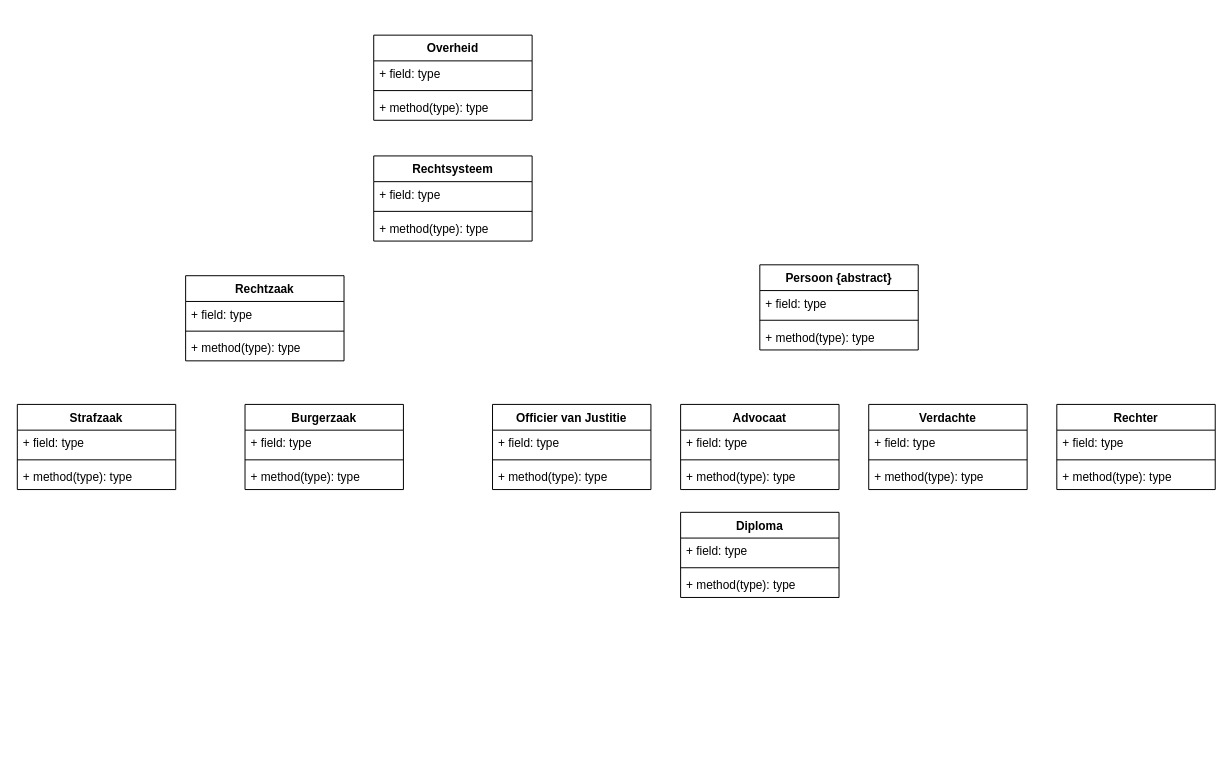
Earlier version of the draw.io diagram src/main/Untitled Diagram.drawio (CamielVilla/UML-excercise). Source tidied: cells renumbered, new cells numbered last; positions are measured from the earlier drawing's top-left corner, leaving out a move shared by most shapes. Both pictures are drawn from the tidied source at 99%, with x=0, y=0 at pixel (17, 35).
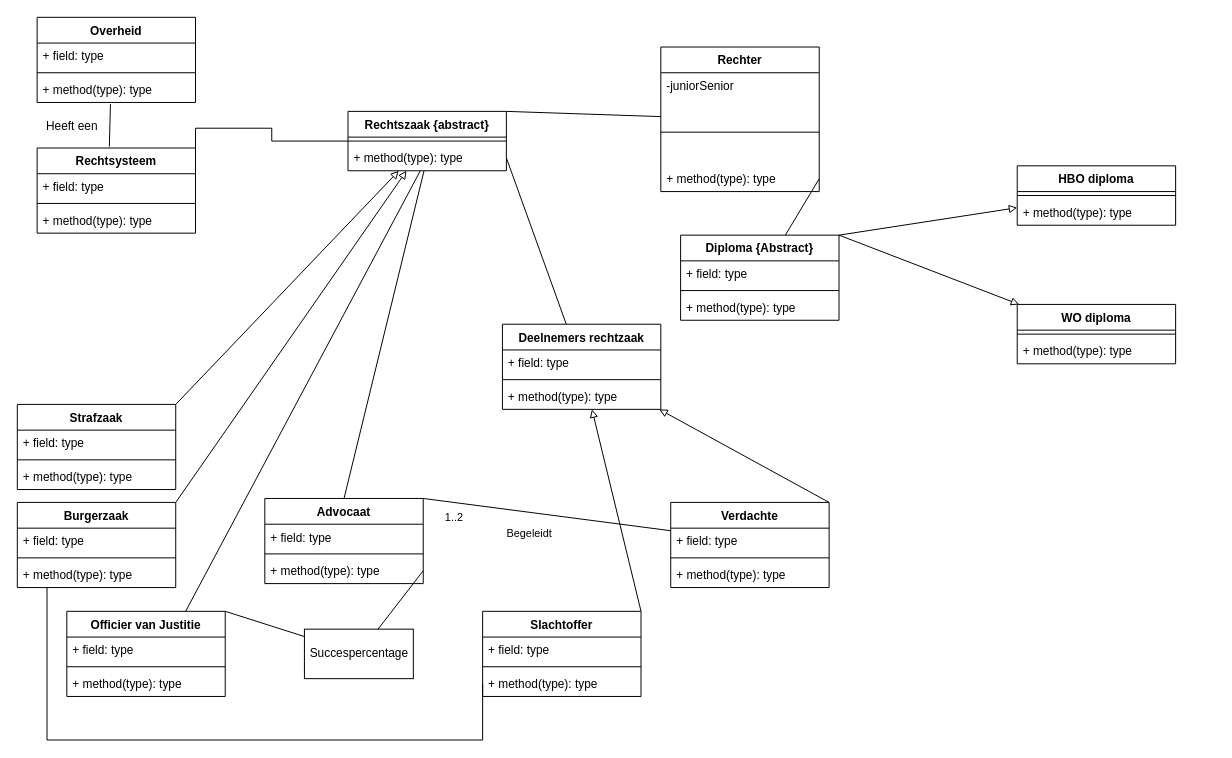
Above is the later version.

Unchanged cells that the change refers to:
```xml
<mxCell id="15" value="+ field: type" style="text;strokeColor=none;fillColor=none;align=left;verticalAlign=top;spacingLeft=4;spacingRight=4;overflow=hidden;points=[[0,0.5],[1,0.5]];portConstraint=eastwest;" parent="14" vertex="1">
  <mxGeometry y="26" width="160" height="26" as="geometry" />
</mxCell>
<mxCell id="21" value="+ method(type): type" style="text;strokeColor=none;fillColor=none;align=left;verticalAlign=top;spacingLeft=4;spacingRight=4;overflow=hidden;points=[[0,0.5],[1,0.5]];portConstraint=eastwest;" parent="18" vertex="1">
  <mxGeometry y="60" width="160" height="26" as="geometry" />
</mxCell>
<mxCell id="29" value="+ method(type): type" style="text;strokeColor=none;fillColor=none;align=left;verticalAlign=top;spacingLeft=4;spacingRight=4;overflow=hidden;points=[[0,0.5],[1,0.5]];portConstraint=eastwest;" parent="26" vertex="1">
  <mxGeometry y="60" width="160" height="26" as="geometry" />
</mxCell>
<mxCell id="38" value="Strafzaak" style="swimlane;fontStyle=1;align=center;verticalAlign=top;horizontal=1;startSize=26;" parent="1" vertex="1">
  <mxGeometry y="373" width="160" height="86" as="geometry" />
</mxCell>
```

The edit, as a diff of the source:
```diff
@@
+    <mxCell id="46" style="edgeStyle=orthogonalEdgeStyle;rounded=0;jettySize=auto;html=1;exitX=1;exitY=0;exitDx=0;exitDy=0;endArrow=none;endFill=0;" parent="1" edge="1" source="2" target="34">
+      <mxGeometry relative="1" as="geometry" />
+    </mxCell>
     <mxCell id="2" value="Rechtsysteem&#10;" style="swimlane;fontStyle=1;align=center;verticalAlign=top;horizontal=1;startSize=26;" parent="1" vertex="1">
-      <mxGeometry x="360" y="122" width="160" height="86" as="geometry" />
+      <mxGeometry x="20" y="114" width="160" height="86" as="geometry" />
     </mxCell>
@@
-    <mxCell id="6" value="Persoon {abstract}" style="swimlane;fontStyle=1;align=center;verticalAlign=top;horizontal=1;startSize=26;" parent="1" vertex="1">
-      <mxGeometry x="750" y="232" width="160" height="86" as="geometry" />
-    </mxCell>
-    <mxCell id="7" value="+ field: type" style="text;strokeColor=none;fillColor=none;align=left;verticalAlign=top;spacingLeft=4;spacingRight=4;overflow=hidden;" parent="6" vertex="1">
-      <mxGeometry y="26" width="160" height="26" as="geometry" />
-    </mxCell>
-    <mxCell id="8" style="line;strokeWidth=1;fillColor=none;align=left;verticalAlign=middle;spacingTop=-1;spacingLeft=3;spacingRight=3;labelPosition=right;" parent="6" vertex="1">
-      <mxGeometry y="52" width="160" height="8" as="geometry" />
-    </mxCell>
-    <mxCell id="9" value="+ method(type): type" style="text;strokeColor=none;fillColor=none;align=left;verticalAlign=top;spacingLeft=4;spacingRight=4;overflow=hidden;" parent="6" vertex="1">
-      <mxGeometry y="60" width="160" height="26" as="geometry" />
-    </mxCell>
     <mxCell id="10" value="Rechter" style="swimlane;fontStyle=1;align=center;verticalAlign=top;horizontal=1;startSize=26;" parent="1" vertex="1">
-      <mxGeometry x="1050" y="373" width="160" height="86" as="geometry" />
+      <mxGeometry x="650" y="12" width="160" height="146" as="geometry" />
     </mxCell>
-    <mxCell id="11" value="+ field: type" style="text;strokeColor=none;fillColor=none;align=left;verticalAlign=top;spacingLeft=4;spacingRight=4;overflow=hidden;" parent="10" vertex="1">
+    <mxCell id="11" value="-juniorSenior&#10;" style="text;strokeColor=none;fillColor=none;align=left;verticalAlign=top;spacingLeft=4;spacingRight=4;overflow=hidden;" parent="10" vertex="1">
       <mxGeometry y="26" width="160" height="26" as="geometry" />
     </mxCell>
     <mxCell id="12" style="line;strokeWidth=1;fillColor=none;align=left;verticalAlign=middle;spacingTop=-1;spacingLeft=3;spacingRight=3;labelPosition=right;" parent="10" vertex="1">
-      <mxGeometry y="52" width="160" height="8" as="geometry" />
+      <mxGeometry y="52" width="160" height="68" as="geometry" />
     </mxCell>
     <mxCell id="13" value="+ method(type): type" style="text;strokeColor=none;fillColor=none;align=left;verticalAlign=top;spacingLeft=4;spacingRight=4;overflow=hidden;points=[[0,0.5],[1,0.5]];portConstraint=eastwest;" parent="10" vertex="1">
-      <mxGeometry y="60" width="160" height="26" as="geometry" />
+      <mxGeometry y="120" width="160" height="26" as="geometry" />
     </mxCell>
+    <mxCell id="47" style="edgeStyle=none;rounded=0;jettySize=auto;html=1;exitX=1;exitY=0;exitDx=0;exitDy=0;startArrow=none;startFill=0;endArrow=block;endFill=0;" parent="1" edge="1" source="14" target="72">
+      <mxGeometry relative="1" as="geometry" />
+    </mxCell>
     <mxCell id="14" value="Verdachte&#10;" style="swimlane;fontStyle=1;align=center;verticalAlign=top;horizontal=1;startSize=26;" parent="1" vertex="1">
-      <mxGeometry x="860" y="373" width="160" height="86" as="geometry" />
+      <mxGeometry x="660" y="472" width="160" height="86" as="geometry" />
     </mxCell>
@@
+    <mxCell id="48" style="rounded=0;jettySize=auto;html=1;exitX=1;exitY=0;exitDx=0;exitDy=0;endArrow=none;endFill=0;" parent="1" edge="1" source="18" target="15">
+      <mxGeometry relative="1" as="geometry" />
+    </mxCell>
+    <mxCell id="49" value="Begeleidt" style="edgeLabel;html=1;align=center;verticalAlign=middle;" parent="48" vertex="1">
+      <mxGeometry x="-0.39" y="2" relative="1" as="geometry">
+        <mxPoint x="30" y="27" as="offset" />
+      </mxGeometry>
+    </mxCell>
+    <mxCell id="50" value="1..2&lt;br&gt;" style="edgeLabel;html=1;align=center;verticalAlign=middle;" parent="48" vertex="1">
+      <mxGeometry x="-0.76" y="2" relative="1" as="geometry">
+        <mxPoint y="17" as="offset" />
+      </mxGeometry>
+    </mxCell>
+    <mxCell id="51" style="edgeStyle=none;rounded=0;jettySize=auto;html=1;exitX=0.5;exitY=0;exitDx=0;exitDy=0;startArrow=none;startFill=0;endArrow=none;endFill=0;" parent="1" edge="1" source="18" target="37">
+      <mxGeometry relative="1" as="geometry" />
+    </mxCell>
     <mxCell id="18" value="Advocaat&#10;" style="swimlane;fontStyle=1;align=center;verticalAlign=top;horizontal=1;startSize=26;" parent="1" vertex="1">
-      <mxGeometry x="670" y="373" width="160" height="86" as="geometry" />
+      <mxGeometry x="250" y="468" width="160" height="86" as="geometry" />
     </mxCell>
@@
+    <mxCell id="52" style="edgeStyle=none;rounded=0;jettySize=auto;html=1;exitX=0.75;exitY=0;exitDx=0;exitDy=0;startArrow=none;startFill=0;endArrow=none;endFill=0;" parent="1" edge="1" source="22" target="37">
+      <mxGeometry relative="1" as="geometry" />
+    </mxCell>
+    <mxCell id="53" style="edgeStyle=none;rounded=0;jettySize=auto;html=1;exitX=1;exitY=0;exitDx=0;exitDy=0;startArrow=none;startFill=0;endArrow=none;endFill=0;" parent="1" edge="1" source="22" target="77">
+      <mxGeometry relative="1" as="geometry" />
+    </mxCell>
     <mxCell id="22" value="Officier van Justitie" style="swimlane;fontStyle=1;align=center;verticalAlign=top;horizontal=1;startSize=26;" parent="1" vertex="1">
-      <mxGeometry x="480" y="373" width="160" height="86" as="geometry" />
+      <mxGeometry x="50" y="582" width="160" height="86" as="geometry" />
     </mxCell>
@@
     <mxCell id="26" value="Overheid" style="swimlane;fontStyle=1;align=center;verticalAlign=top;horizontal=1;startSize=26;" parent="1" vertex="1">
-      <mxGeometry x="360" width="160" height="86" as="geometry" />
+      <mxGeometry x="20" y="-18" width="160" height="86" as="geometry" />
     </mxCell>
@@
+    <mxCell id="54" style="edgeStyle=none;rounded=0;jettySize=auto;html=1;exitX=1;exitY=0;exitDx=0;exitDy=0;startArrow=none;startFill=0;endArrow=block;endFill=0;" parent="1" edge="1" source="30" target="64">
+      <mxGeometry relative="1" as="geometry" />
+    </mxCell>
+    <mxCell id="55" style="edgeStyle=none;rounded=0;jettySize=auto;html=1;exitX=1;exitY=0;exitDx=0;exitDy=0;startArrow=none;startFill=0;endArrow=block;endFill=0;" parent="1" edge="1" source="30" target="61">
+      <mxGeometry relative="1" as="geometry" />
+    </mxCell>
-    <mxCell id="30" value="Diploma" style="swimlane;fontStyle=1;align=center;verticalAlign=top;horizontal=1;startSize=26;" parent="1" vertex="1">
-      <mxGeometry x="670" y="482" width="160" height="86" as="geometry" />
+    <mxCell id="30" value="Diploma {Abstract}" style="swimlane;fontStyle=1;align=center;verticalAlign=top;horizontal=1;startSize=26;" parent="1" vertex="1">
+      <mxGeometry x="670" y="202" width="160" height="86" as="geometry" />
     </mxCell>
@@
+    <mxCell id="56" style="edgeStyle=none;rounded=0;jettySize=auto;html=1;exitX=1;exitY=0;exitDx=0;exitDy=0;startArrow=none;startFill=0;endArrow=none;endFill=0;" parent="1" edge="1" source="34" target="10">
+      <mxGeometry relative="1" as="geometry" />
+    </mxCell>
-    <mxCell id="34" value="Rechtzaak" style="swimlane;fontStyle=1;align=center;verticalAlign=top;horizontal=1;startSize=26;" parent="1" vertex="1">
-      <mxGeometry x="170" y="243" width="160" height="86" as="geometry" />
+    <mxCell id="34" value="Rechtszaak {abstract}" style="swimlane;fontStyle=1;align=center;verticalAlign=top;horizontal=1;startSize=26;" parent="1" vertex="1">
+      <mxGeometry x="334" y="77" width="160" height="60" as="geometry" />
     </mxCell>
-    <mxCell id="35" value="+ field: type" style="text;strokeColor=none;fillColor=none;align=left;verticalAlign=top;spacingLeft=4;spacingRight=4;overflow=hidden;" parent="34" vertex="1">
-      <mxGeometry y="26" width="160" height="26" as="geometry" />
-    </mxCell>
     <mxCell id="36" style="line;strokeWidth=1;fillColor=none;align=left;verticalAlign=middle;spacingTop=-1;spacingLeft=3;spacingRight=3;labelPosition=right;" parent="34" vertex="1">
-      <mxGeometry y="52" width="160" height="8" as="geometry" />
+      <mxGeometry y="26" width="160" height="8" as="geometry" />
     </mxCell>
     <mxCell id="37" value="+ method(type): type" style="text;strokeColor=none;fillColor=none;align=left;verticalAlign=top;spacingLeft=4;spacingRight=4;overflow=hidden;points=[[0,0.5],[1,0.5]];portConstraint=eastwest;" parent="34" vertex="1">
-      <mxGeometry y="60" width="160" height="26" as="geometry" />
+      <mxGeometry y="34" width="160" height="26" as="geometry" />
     </mxCell>
+    <mxCell id="57" style="rounded=0;jettySize=auto;html=1;exitX=1;exitY=0;exitDx=0;exitDy=0;endArrow=block;endFill=0;startArrow=none;startFill=0;" parent="1" edge="1" source="38" target="34">
+      <mxGeometry relative="1" as="geometry" />
+    </mxCell>
@@
+    <mxCell id="58" style="edgeStyle=none;rounded=0;jettySize=auto;html=1;exitX=1;exitY=0;exitDx=0;exitDy=0;startArrow=none;startFill=0;endArrow=block;endFill=0;" parent="1" edge="1" source="42" target="34">
+      <mxGeometry relative="1" as="geometry" />
+    </mxCell>
     <mxCell id="42" value="Burgerzaak" style="swimlane;fontStyle=1;align=center;verticalAlign=top;horizontal=1;startSize=26;" parent="1" vertex="1">
-      <mxGeometry x="230" y="373" width="160" height="86" as="geometry" />
+      <mxGeometry y="472" width="160" height="86" as="geometry" />
     </mxCell>
@@
+    <mxCell id="59" style="endArrow=none;html=1;rounded=0;align=center;verticalAlign=bottom;labelBackgroundColor=none;exitX=0.463;exitY=1.058;exitDx=0;exitDy=0;exitPerimeter=0;entryX=0.456;entryY=-0.017;entryDx=0;entryDy=0;entryPerimeter=0;" parent="1" edge="1" source="29" target="2">
+      <mxGeometry relative="1" as="geometry" />
+    </mxCell>
+    <mxCell id="60" value="Heeft een" style="text;html=1;align=center;verticalAlign=middle;strokeColor=none;fillColor=none;" parent="1" vertex="1">
+      <mxGeometry x="20" y="82" width="70" height="20" as="geometry" />
+    </mxCell>
+    <mxCell id="61" value="WO diploma" style="swimlane;fontStyle=1;align=center;verticalAlign=top;horizontal=1;startSize=26;" parent="1" vertex="1">
+      <mxGeometry x="1010" y="272" width="160" height="60" as="geometry" />
+    </mxCell>
+    <mxCell id="62" style="line;strokeWidth=1;fillColor=none;align=left;verticalAlign=middle;spacingTop=-1;spacingLeft=3;spacingRight=3;labelPosition=right;" parent="61" vertex="1">
+      <mxGeometry y="26" width="160" height="8" as="geometry" />
+    </mxCell>
+    <mxCell id="63" value="+ method(type): type" style="text;strokeColor=none;fillColor=none;align=left;verticalAlign=top;spacingLeft=4;spacingRight=4;overflow=hidden;" parent="61" vertex="1">
+      <mxGeometry y="34" width="160" height="26" as="geometry" />
+    </mxCell>
+    <mxCell id="64" value="HBO diploma&#10;" style="swimlane;fontStyle=1;align=center;verticalAlign=top;horizontal=1;startSize=26;" parent="1" vertex="1">
+      <mxGeometry x="1010" y="132" width="160" height="60" as="geometry" />
+    </mxCell>
+    <mxCell id="65" style="line;strokeWidth=1;fillColor=none;align=left;verticalAlign=middle;spacingTop=-1;spacingLeft=3;spacingRight=3;labelPosition=right;" parent="64" vertex="1">
+      <mxGeometry y="26" width="160" height="8" as="geometry" />
+    </mxCell>
+    <mxCell id="66" value="+ method(type): type" style="text;strokeColor=none;fillColor=none;align=left;verticalAlign=top;spacingLeft=4;spacingRight=4;overflow=hidden;" parent="64" vertex="1">
+      <mxGeometry y="34" width="160" height="26" as="geometry" />
+    </mxCell>
+    <mxCell id="67" style="edgeStyle=none;rounded=0;jettySize=auto;html=1;exitX=1;exitY=0;exitDx=0;exitDy=0;startArrow=none;startFill=0;endArrow=block;endFill=0;" parent="1" edge="1" source="68" target="72">
+      <mxGeometry relative="1" as="geometry" />
+    </mxCell>
+    <mxCell id="68" value="Slachtoffer&#10;" style="swimlane;fontStyle=1;align=center;verticalAlign=top;horizontal=1;startSize=26;" parent="1" vertex="1">
+      <mxGeometry x="470" y="582" width="160" height="86" as="geometry" />
+    </mxCell>
+    <mxCell id="69" value="+ field: type" style="text;strokeColor=none;fillColor=none;align=left;verticalAlign=top;spacingLeft=4;spacingRight=4;overflow=hidden;" parent="68" vertex="1">
+      <mxGeometry y="26" width="160" height="26" as="geometry" />
+    </mxCell>
+    <mxCell id="70" style="line;strokeWidth=1;fillColor=none;align=left;verticalAlign=middle;spacingTop=-1;spacingLeft=3;spacingRight=3;labelPosition=right;" parent="68" vertex="1">
+      <mxGeometry y="52" width="160" height="8" as="geometry" />
+    </mxCell>
+    <mxCell id="71" value="+ method(type): type" style="text;strokeColor=none;fillColor=none;align=left;verticalAlign=top;spacingLeft=4;spacingRight=4;overflow=hidden;points=[[0,0.5],[1,0.5]];portConstraint=eastwest;" parent="68" vertex="1">
+      <mxGeometry y="60" width="160" height="26" as="geometry" />
+    </mxCell>
+    <mxCell id="72" value="Deelnemers rechtzaak" style="swimlane;fontStyle=1;align=center;verticalAlign=top;horizontal=1;startSize=26;" parent="1" vertex="1">
+      <mxGeometry x="490" y="292" width="160" height="86" as="geometry" />
+    </mxCell>
+    <mxCell id="73" value="+ field: type" style="text;strokeColor=none;fillColor=none;align=left;verticalAlign=top;spacingLeft=4;spacingRight=4;overflow=hidden;" parent="72" vertex="1">
+      <mxGeometry y="26" width="160" height="26" as="geometry" />
+    </mxCell>
+    <mxCell id="74" style="line;strokeWidth=1;fillColor=none;align=left;verticalAlign=middle;spacingTop=-1;spacingLeft=3;spacingRight=3;labelPosition=right;" parent="72" vertex="1">
+      <mxGeometry y="52" width="160" height="8" as="geometry" />
+    </mxCell>
+    <mxCell id="75" value="+ method(type): type" style="text;strokeColor=none;fillColor=none;align=left;verticalAlign=top;spacingLeft=4;spacingRight=4;overflow=hidden;" parent="72" vertex="1">
+      <mxGeometry y="60" width="160" height="26" as="geometry" />
+    </mxCell>
+    <mxCell id="76" style="edgeStyle=none;rounded=0;jettySize=auto;html=1;exitX=1;exitY=0.5;exitDx=0;exitDy=0;startArrow=none;startFill=0;endArrow=none;endFill=0;" parent="1" edge="1" source="13" target="30">
+      <mxGeometry relative="1" as="geometry" />
+    </mxCell>
+    <mxCell id="77" value="Succespercentage" style="html=1;" parent="1" vertex="1">
+      <mxGeometry x="290" y="600" width="110" height="50" as="geometry" />
+    </mxCell>
+    <mxCell id="78" style="edgeStyle=none;rounded=0;jettySize=auto;html=1;exitX=1;exitY=0.5;exitDx=0;exitDy=0;startArrow=none;startFill=0;endArrow=none;endFill=0;" parent="1" edge="1" source="21" target="77">
+      <mxGeometry relative="1" as="geometry" />
+    </mxCell>
+    <mxCell id="79" style="edgeStyle=none;rounded=0;jettySize=auto;html=1;exitX=1;exitY=0.5;exitDx=0;exitDy=0;startArrow=none;startFill=0;endArrow=none;endFill=0;" parent="1" edge="1" source="37" target="72">
+      <mxGeometry relative="1" as="geometry" />
+    </mxCell>
+    <mxCell id="80" style="edgeStyle=orthogonalEdgeStyle;rounded=0;jettySize=auto;html=1;exitX=0;exitY=0.5;exitDx=0;exitDy=0;startArrow=none;startFill=0;endArrow=none;endFill=0;" parent="1" edge="1" source="71" target="42">
+      <mxGeometry relative="1" as="geometry">
+        <Array as="points">
+          <mxPoint x="470" y="712" />
+          <mxPoint x="30" y="712" />
+        </Array>
+      </mxGeometry>
+    </mxCell>
```
